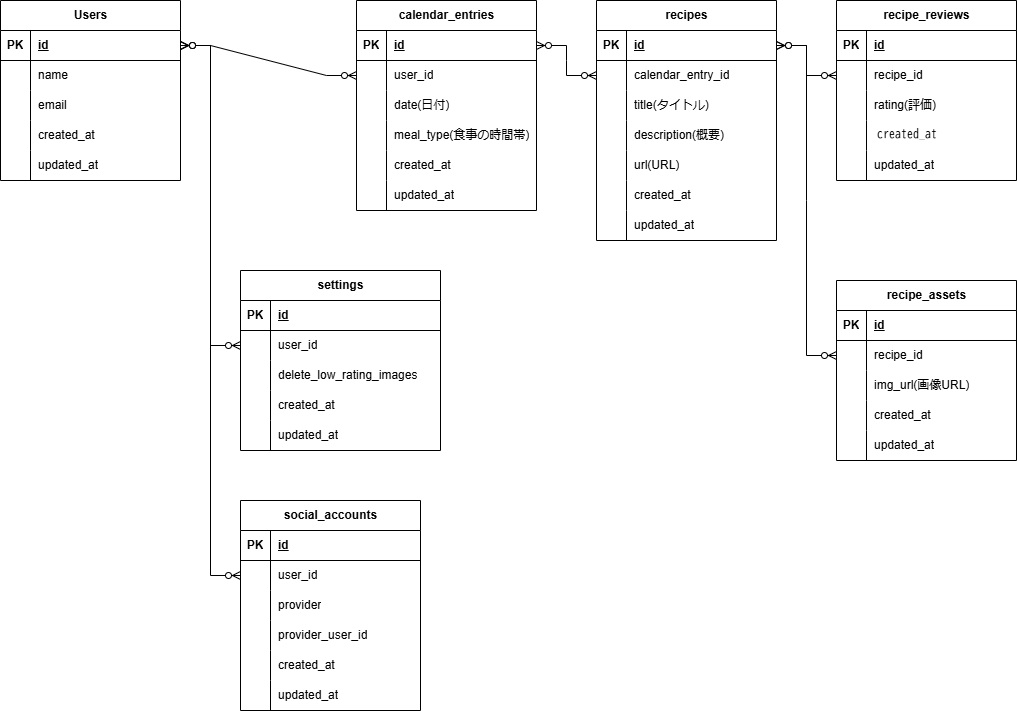
Above: docs/er-diagrams/レシピレビューアプリ_ER図.drawio.png in tomomaru034/recipe_review_app (draw.io), before the change. Source tidied: cells renumbered, new cells last; positions are measured from the earlier drawing's top-left corner, leaving out a move shared by most shapes.
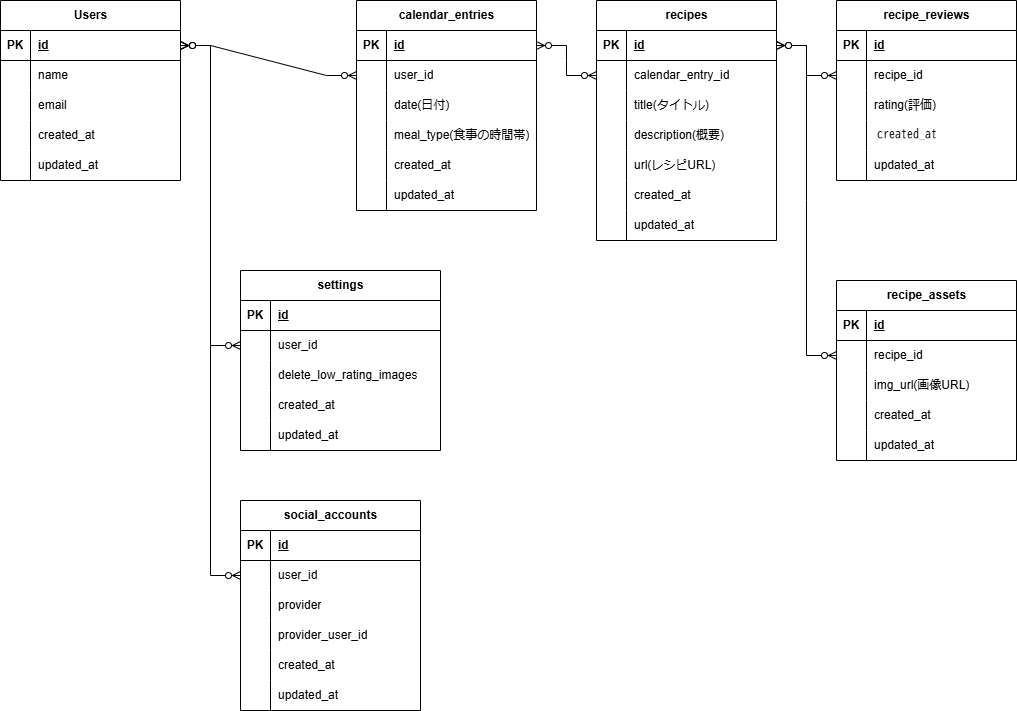
After the commit.

Commit message:
レシピレビューアプリ_ER図.drawio.png を追加しました。

Diff of the diagram source:
```diff
@@ -209,7 +209,7 @@
     <mxCell id="70" style="shape=partialRectangle;fillColor=none;top=0;left=0;bottom=0;right=0;overflow=hidden;whiteSpace=wrap;html=1;" parent="69" vertex="1">
       <mxGeometry width="30" height="30" as="geometry" />
     </mxCell>
-    <mxCell id="71" value="url(URL)" style="shape=partialRectangle;fillColor=none;top=0;left=0;bottom=0;right=0;align=left;spacingLeft=6;overflow=hidden;whiteSpace=wrap;html=1;" parent="69" vertex="1">
+    <mxCell id="71" value="url(レシピURL)" style="shape=partialRectangle;fillColor=none;top=0;left=0;bottom=0;right=0;align=left;spacingLeft=6;overflow=hidden;whiteSpace=wrap;html=1;" parent="69" vertex="1">
       <mxGeometry x="30" width="150" height="30" as="geometry" />
     </mxCell>
     <mxCell id="72" style="shape=tableRow;horizontal=0;startSize=0;swimlaneHead=0;swimlaneBody=0;fillColor=none;top=0;left=0;right=0;bottom=0;" parent="56" vertex="1">
```
